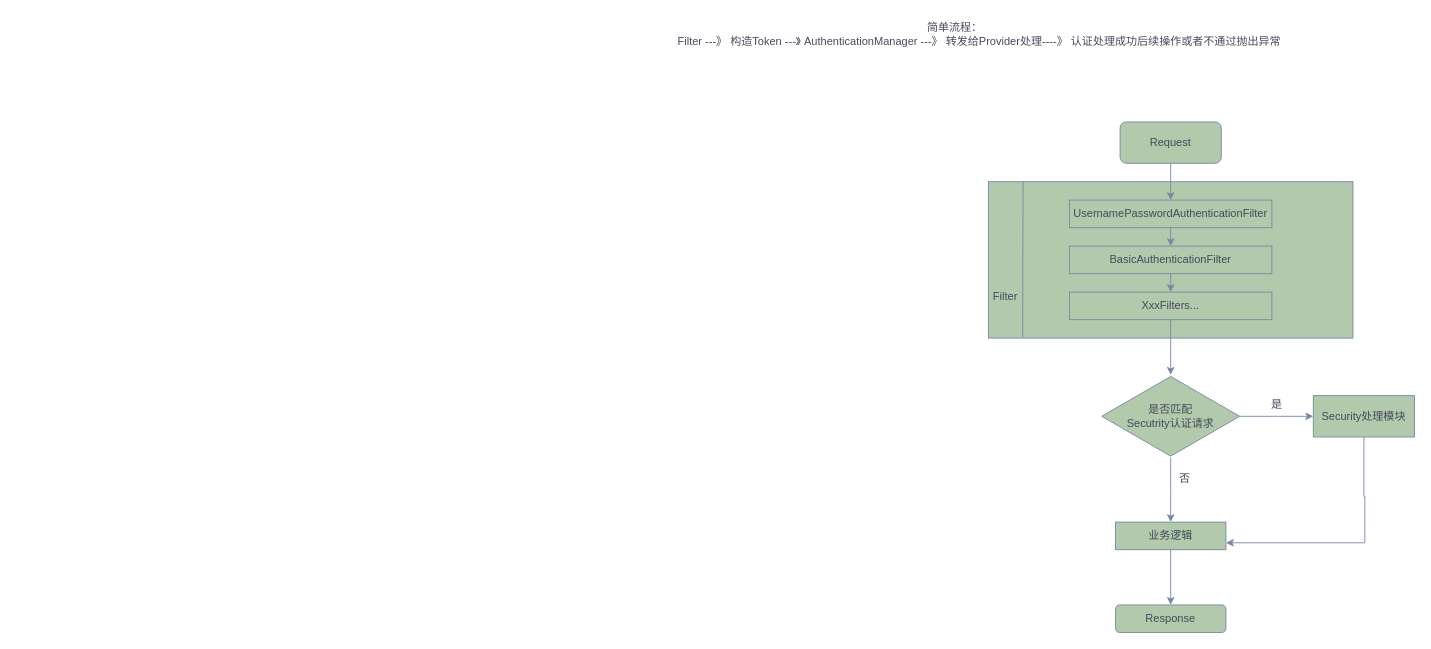
Earlier version of the draw.io diagram 基本认证核心.drawio (lixi47/java--). Source tidied: cells renumbered, new cells numbered last; positions are measured from the earlier drawing's top-left corner, leaving out a move shared by most shapes. Both pictures are drawn from the tidied source at 92%, with x=0, y=0 at pixel (614, 16).
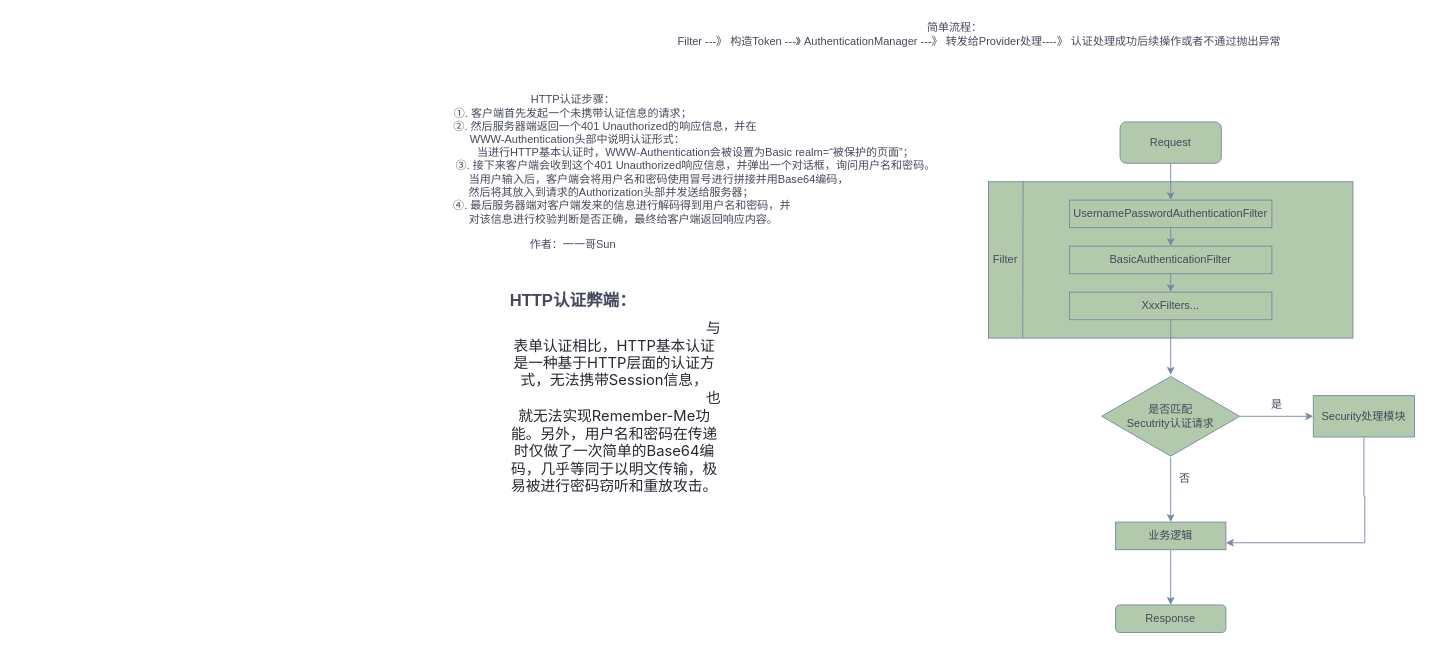
Above is the later version.

Commit message (it also covers changes not shown here):
更新基本认证核心.drawio

Diff of the diagram source:
```diff
@@
     <mxCell id="6" value="Filter" style="text;html=1;align=center;verticalAlign=middle;strokeColor=none;fillColor=none;labelBackgroundColor=none;fontColor=#46495D;" parent="1" vertex="1">
-      <mxGeometry x="400" y="290" width="50" height="30" as="geometry" />
+      <mxGeometry x="400" y="250" width="50" height="30" as="geometry" />
     </mxCell>
@@
+    <mxCell id="24" value="HTTP认证步骤：&lt;div&gt;&lt;span style=&quot;background-color: transparent; color: light-dark(rgb(70, 73, 93), rgb(170, 173, 190));&quot;&gt;①. 客户端首先发起一个未携带认证信息的请求；&lt;/span&gt;&lt;/div&gt;&lt;div&gt;&lt;span style=&quot;background-color: transparent; color: light-dark(rgb(70, 73, 93), rgb(170, 173, 190));&quot;&gt;&lt;span style=&quot;white-space: pre;&quot;&gt;&#9;&lt;/span&gt;&lt;span style=&quot;white-space: pre;&quot;&gt;&#9;&lt;/span&gt;&amp;nbsp; &amp;nbsp; &amp;nbsp;②. 然后服务器端返回一个401 Unauthorized的响应信息，&lt;/span&gt;&lt;span style=&quot;background-color: transparent; color: light-dark(rgb(70, 73, 93), rgb(170, 173, 190));&quot;&gt;并在&lt;/span&gt;&lt;/div&gt;&lt;div&gt;&lt;span style=&quot;background-color: transparent; color: light-dark(rgb(70, 73, 93), rgb(170, 173, 190));&quot;&gt;&amp;nbsp; &amp;nbsp;WWW-Authentication头部中说明认证形式：&lt;/span&gt;&lt;/div&gt;&lt;div&gt;&lt;span style=&quot;background-color: transparent; color: light-dark(rgb(70, 73, 93), rgb(170, 173, 190));&quot;&gt;&lt;span style=&quot;white-space: pre;&quot;&gt;&#9;&lt;/span&gt;&lt;span style=&quot;white-space: pre;&quot;&gt;&#9;&lt;/span&gt;&lt;span style=&quot;white-space: pre;&quot;&gt;&#9;&lt;/span&gt;&lt;span style=&quot;white-space: pre;&quot;&gt;&#9;&lt;/span&gt;&lt;span style=&quot;white-space: pre;&quot;&gt;&#9;&lt;/span&gt;&lt;span style=&quot;white-space: pre;&quot;&gt;&#9;&lt;/span&gt;&lt;span style=&quot;white-space: pre;&quot;&gt;&#9;&lt;/span&gt;&lt;span style=&quot;white-space: pre;&quot;&gt;&#9;&lt;/span&gt;&lt;span style=&quot;white-space: pre;&quot;&gt;&#9;&lt;/span&gt;&lt;span style=&quot;white-space: pre;&quot;&gt;&#9;&lt;/span&gt;当进行HTTP基本认证时，&lt;/span&gt;&lt;span style=&quot;background-color: transparent; color: light-dark(rgb(70, 73, 93), rgb(170, 173, 190));&quot;&gt;WWW-Authentication会被设置为Basic realm=“被保护的页面”；&lt;/span&gt;&lt;/div&gt;&lt;div&gt;&lt;span style=&quot;background-color: transparent; color: light-dark(rgb(70, 73, 93), rgb(170, 173, 190));&quot;&gt;&lt;span style=&quot;white-space: pre;&quot;&gt;&#9;&lt;/span&gt;&lt;span style=&quot;white-space: pre;&quot;&gt;&#9;&lt;/span&gt;&lt;span style=&quot;white-space: pre;&quot;&gt;&#9;&lt;/span&gt;&lt;span style=&quot;white-space: pre;&quot;&gt;&#9;&lt;/span&gt;&lt;span style=&quot;white-space: pre;&quot;&gt;&#9;&lt;/span&gt;&lt;span style=&quot;white-space: pre;&quot;&gt;&#9;&lt;/span&gt;&lt;span style=&quot;white-space: pre;&quot;&gt;&#9;&lt;/span&gt;&lt;span style=&quot;white-space: pre;&quot;&gt;&#9;&lt;/span&gt;&lt;span style=&quot;white-space: pre;&quot;&gt;&#9;&lt;/span&gt;&lt;span style=&quot;white-space: pre;&quot;&gt;&#9;&lt;/span&gt;③. 接下来客户端会收到这个401 Unauthorized响应信息，并弹出一个对话框，询问用户名和密码。&lt;/span&gt;&lt;/div&gt;&lt;div&gt;&lt;span style=&quot;background-color: transparent; color: light-dark(rgb(70, 73, 93), rgb(170, 173, 190));&quot;&gt;&lt;span style=&quot;white-space: pre;&quot;&gt;&#9;&lt;/span&gt;&lt;span style=&quot;white-space: pre;&quot;&gt;&#9;&lt;/span&gt;&lt;span style=&quot;white-space: pre;&quot;&gt;&#9;&lt;/span&gt;&lt;span style=&quot;white-space: pre;&quot;&gt;&#9;&lt;/span&gt;&lt;span style=&quot;white-space: pre;&quot;&gt;&#9;&lt;/span&gt;&lt;span style=&quot;white-space: pre;&quot;&gt;&#9;&lt;/span&gt;&lt;span style=&quot;white-space: pre;&quot;&gt;&#9;&lt;/span&gt;当用户输入后，客户端会将用户名和密码使用冒号进行拼接并用Base64编码，&lt;/span&gt;&lt;/div&gt;&lt;div&gt;&lt;span style=&quot;background-color: transparent; color: light-dark(rgb(70, 73, 93), rgb(170, 173, 190));&quot;&gt;&lt;span style=&quot;white-space: pre;&quot;&gt;&#9;&lt;/span&gt;&lt;span style=&quot;white-space: pre;&quot;&gt;&#9;&lt;/span&gt;&lt;span style=&quot;white-space: pre;&quot;&gt;&#9;&lt;/span&gt;&amp;nbsp;然后将其放入到请求的Authorization头部并发送给服务器；&lt;/span&gt;&lt;/div&gt;&lt;div&gt;&lt;span style=&quot;background-color: transparent; color: light-dark(rgb(70, 73, 93), rgb(170, 173, 190));&quot;&gt;&lt;span style=&quot;white-space: pre;&quot;&gt;&#9;&lt;/span&gt;&lt;span style=&quot;white-space: pre;&quot;&gt;&#9;&lt;/span&gt;&lt;span style=&quot;white-space: pre;&quot;&gt;&#9;&lt;/span&gt;&lt;span style=&quot;white-space: pre;&quot;&gt;&#9;&lt;/span&gt;④. 最后服务器端对客户端发来的信息进行解码得到用户名和密码，并&lt;/span&gt;&lt;/div&gt;&lt;div&gt;&lt;span style=&quot;background-color: transparent; color: light-dark(rgb(70, 73, 93), rgb(170, 173, 190));&quot;&gt;&lt;span style=&quot;white-space: pre;&quot;&gt;&#9;&lt;/span&gt;&lt;span style=&quot;white-space: pre;&quot;&gt;&#9;&lt;/span&gt;&lt;span style=&quot;white-space: pre;&quot;&gt;&#9;&lt;/span&gt;&amp;nbsp; &amp;nbsp; &amp;nbsp; &amp;nbsp; &amp;nbsp;对该信息进行校验判断是否正确，最终给客户端返回响应内容。&lt;/span&gt;&lt;div&gt;&lt;br&gt;&lt;div&gt;作者：一一哥Sun&lt;br&gt;&lt;/div&gt;&lt;/div&gt;&lt;/div&gt;" style="text;html=1;align=center;verticalAlign=middle;strokeColor=none;fillColor=none;fontColor=#46495D;" parent="1" vertex="1">
+      <mxGeometry x="-450" y="75" width="810" height="190" as="geometry" />
+    </mxCell>
+    <mxCell id="25" value="&lt;span style=&quot;color: rgb(37, 41, 51); font-family: -apple-system, system-ui, &amp;quot;Segoe UI&amp;quot;, Roboto, Ubuntu, Cantarell, &amp;quot;Noto Sans&amp;quot;, sans-serif, BlinkMacSystemFont, &amp;quot;Helvetica Neue&amp;quot;, &amp;quot;PingFang SC&amp;quot;, &amp;quot;Hiragino Sans GB&amp;quot;, &amp;quot;Microsoft YaHei&amp;quot;, Arial; font-size: 16px; text-align: start; text-wrap-mode: wrap; background-color: rgb(255, 255, 255);&quot;&gt;&lt;span style=&quot;white-space: pre;&quot;&gt;&#9;&lt;/span&gt;&lt;span style=&quot;white-space: pre;&quot;&gt;&#9;&lt;/span&gt;&lt;span style=&quot;white-space: pre;&quot;&gt;&#9;&lt;/span&gt;&lt;span style=&quot;white-space: pre;&quot;&gt;&#9;&lt;/span&gt;&lt;span style=&quot;white-space: pre;&quot;&gt;&#9;&lt;/span&gt;&lt;span style=&quot;white-space: pre;&quot;&gt;&#9;&lt;/span&gt;与表单认证相比，HTTP基本认证是一种基于HTTP层面的认证方式，无法携带Session信息，&lt;/span&gt;&lt;div&gt;&lt;span style=&quot;background-color: rgb(255, 255, 255); color: rgb(37, 41, 51); font-family: -apple-system, system-ui, &amp;quot;Segoe UI&amp;quot;, Roboto, Ubuntu, Cantarell, &amp;quot;Noto Sans&amp;quot;, sans-serif, BlinkMacSystemFont, &amp;quot;Helvetica Neue&amp;quot;, &amp;quot;PingFang SC&amp;quot;, &amp;quot;Hiragino Sans GB&amp;quot;, &amp;quot;Microsoft YaHei&amp;quot;, Arial; font-size: 16px; text-align: start; text-wrap-mode: wrap;&quot;&gt;&lt;span style=&quot;white-space: pre;&quot;&gt;&#9;&lt;/span&gt;&lt;span style=&quot;white-space: pre;&quot;&gt;&#9;&lt;/span&gt;&lt;span style=&quot;white-space: pre;&quot;&gt;&#9;&lt;/span&gt;&lt;span style=&quot;white-space: pre;&quot;&gt;&#9;&lt;/span&gt;&lt;span style=&quot;white-space: pre;&quot;&gt;&#9;&lt;/span&gt;&lt;span style=&quot;white-space: pre;&quot;&gt;&#9;&lt;/span&gt;也就无法实现Remember-Me功能。另外，用户名和密码在传递时仅做了一次简单的Base64编码，几乎等同于以明文传输，极易被进行密码窃听和重放攻击。&lt;/span&gt;&lt;/div&gt;" style="text;html=1;align=center;verticalAlign=middle;strokeColor=none;fillColor=none;fontColor=#46495D;" parent="1" vertex="1">
+      <mxGeometry x="-650" y="390" width="1300" height="70" as="geometry" />
+    </mxCell>
+    <mxCell id="26" value="&lt;b&gt;&lt;font style=&quot;font-size: 18px;&quot;&gt;HTTP认证弊端：&lt;/font&gt;&lt;/b&gt;" style="text;html=1;align=center;verticalAlign=middle;strokeColor=none;fillColor=none;fontColor=#46495D;" parent="1" vertex="1">
+      <mxGeometry x="-125" y="290" width="160" height="40" as="geometry" />
+    </mxCell>
```
